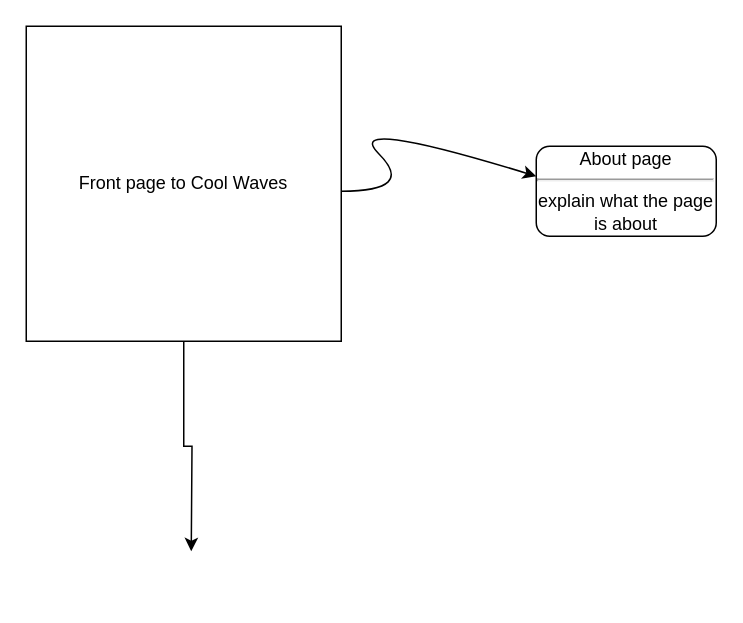
Elietace/coolwaves keeps this draw.io diagram as Cool Waves.drawio. Above is the earlier version. Source tidied: cells renumbered, new cells numbered last; positions are measured from the earlier drawing's top-left corner, leaving out a move shared by most shapes. Both pictures are drawn from the tidied source at 150%, with x=0, y=0 at pixel (26, 26).
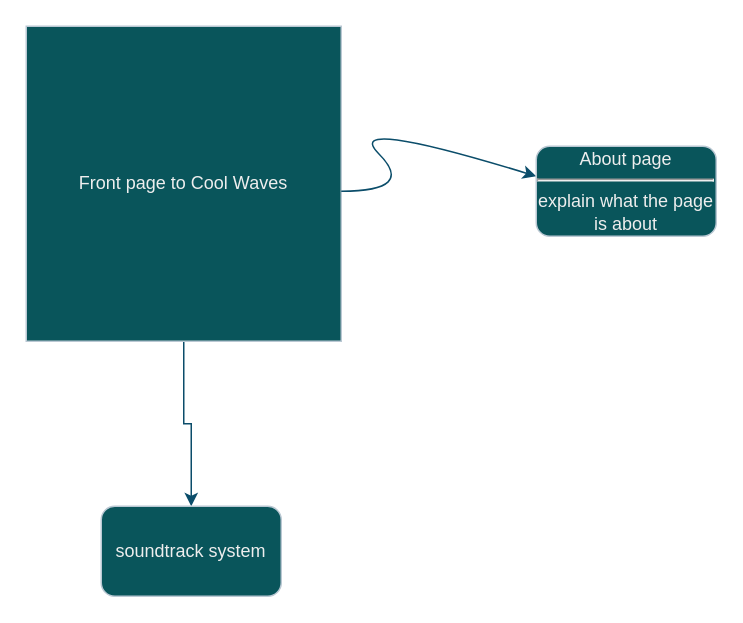
After the change.

Change to the diagram source:
```diff
@@
 <mxGraphModel>
   <root>
     <mxCell id="0" />
     <mxCell id="1" parent="0" />
-    <mxCell id="2" style="edgeStyle=orthogonalEdgeStyle;rounded=0;jettySize=auto;html=1;" parent="1" edge="1" source="3">
-      <mxGeometry relative="1" as="geometry">
-        <mxPoint x="110" y="350" as="targetPoint" />
-      </mxGeometry>
+    <mxCell id="2" style="edgeStyle=orthogonalEdgeStyle;rounded=0;jettySize=auto;html=1;labelBackgroundColor=none;strokeColor=#0B4D6A;fontColor=default;" parent="1" edge="1" source="3" target="6">
+      <mxGeometry relative="1" as="geometry" />
     </mxCell>
-    <mxCell id="3" value="Front page to Cool Waves" style="whiteSpace=wrap;html=1;" parent="1" vertex="1">
+    <mxCell id="3" value="Front page to Cool Waves" style="whiteSpace=wrap;html=1;labelBackgroundColor=none;fillColor=#09555B;strokeColor=#BAC8D3;fontColor=#EEEEEE;" parent="1" vertex="1">
       <mxGeometry width="210" height="210" as="geometry" />
     </mxCell>
-    <mxCell id="4" style="curved=1;endArrow=classic;html=1;rounded=0;" parent="1" edge="1">
+    <mxCell id="4" style="curved=1;endArrow=classic;html=1;rounded=0;labelBackgroundColor=none;strokeColor=#0B4D6A;fontColor=default;" parent="1" edge="1">
       <mxGeometry relative="1" as="geometry">
         <mxPoint x="210" y="110" as="sourcePoint" />
         <mxPoint x="340" y="100" as="targetPoint" />
         <Array as="points">
           <mxPoint x="260" y="110" />
           <mxPoint x="210" y="60" />
         </Array>
       </mxGeometry>
     </mxCell>
-    <mxCell id="5" value="About page&lt;hr&gt;explain what the page is about" style="rounded=1;whiteSpace=wrap;html=1;" parent="1" vertex="1">
+    <mxCell id="5" value="About page&lt;hr&gt;explain what the page is about" style="rounded=1;whiteSpace=wrap;html=1;labelBackgroundColor=none;fillColor=#09555B;strokeColor=#BAC8D3;fontColor=#EEEEEE;" parent="1" vertex="1">
       <mxGeometry x="340" y="80" width="120" height="60" as="geometry" />
     </mxCell>
+    <mxCell id="6" value="soundtrack system" style="rounded=1;whiteSpace=wrap;html=1;strokeColor=#BAC8D3;fontColor=#EEEEEE;fillColor=#09555B;" parent="1" vertex="1">
+      <mxGeometry x="50" y="320" width="120" height="60" as="geometry" />
+    </mxCell>
   </root>
 </mxGraphModel>
```
